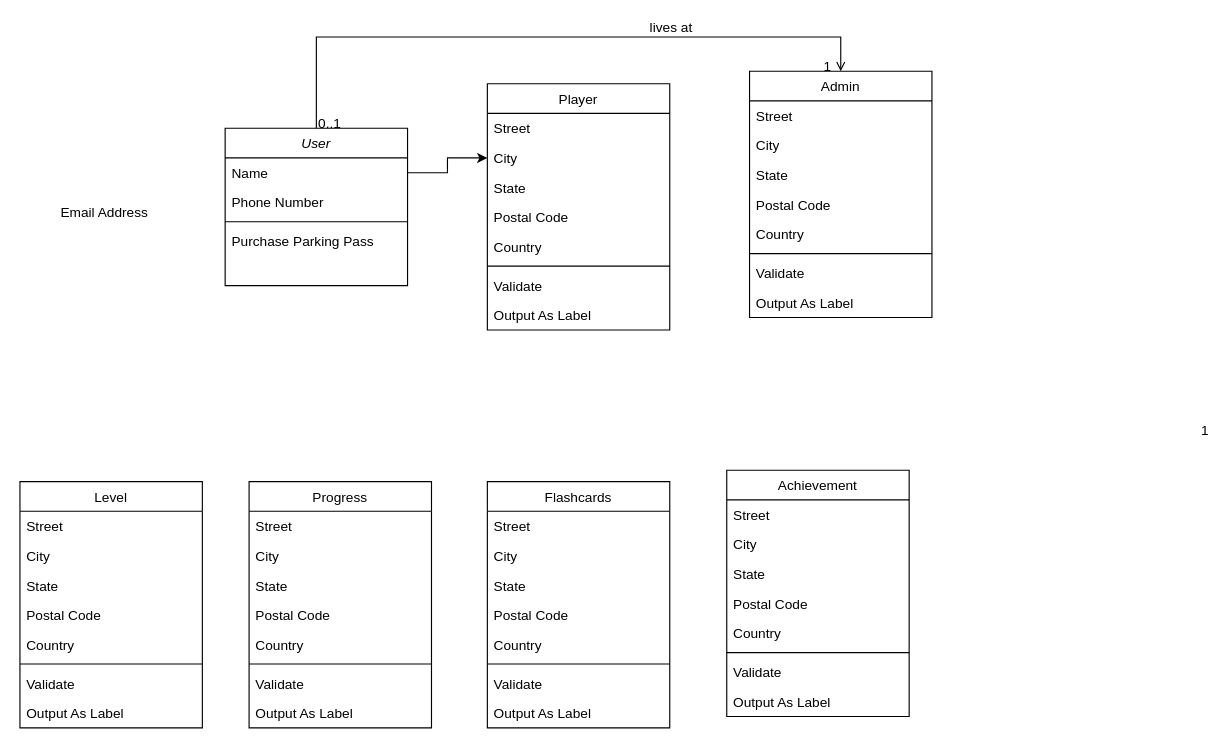
yzy21cs/Diagrams keeps this draw.io diagram as HCIDiagrams.drawio. Above is the earlier version. Source tidied: cells renumbered, new cells numbered last; positions are measured from the earlier drawing's top-left corner, leaving out a move shared by most shapes. Both pictures are drawn from the tidied source at 114%, with x=0, y=0 at pixel (19, 36).
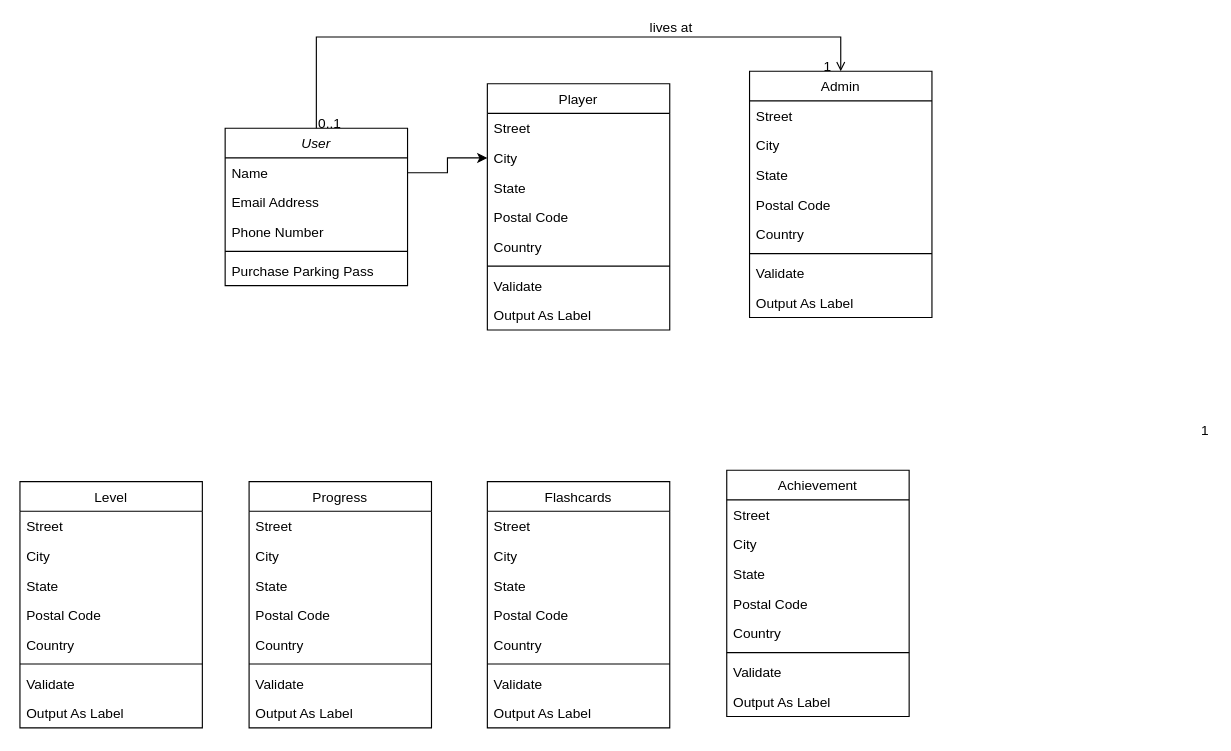
The same page after the edit.

The change refers to these unchanged cells:
```xml
<mxCell id="2" value="User" style="swimlane;fontStyle=2;align=center;verticalAlign=top;horizontal=1;startSize=26;rounded=0;shadow=0;strokeWidth=1;" parent="1" vertex="1">
  <mxGeometry x="180" y="80" width="160" height="138" as="geometry" />
</mxCell>
```

What changed in the source:
```diff
@@
+    <mxCell id="67" value="Email Address" style="text;align=left;verticalAlign=top;spacingLeft=4;spacingRight=4;overflow=hidden;rounded=0;shadow=0;html=0;" parent="2" vertex="1">
+      <mxGeometry y="52" width="160" height="26" as="geometry" />
+    </mxCell>
     <mxCell id="4" value="Phone Number" style="text;align=left;verticalAlign=top;spacingLeft=4;spacingRight=4;overflow=hidden;rounded=0;shadow=0;html=0;" parent="2" vertex="1">
-      <mxGeometry y="52" width="160" height="26" as="geometry" />
+      <mxGeometry y="78" width="160" height="26" as="geometry" />
     </mxCell>
     <mxCell id="5" style="line;html=1;strokeWidth=1;align=left;verticalAlign=middle;spacingTop=-1;spacingLeft=3;spacingRight=3;labelPosition=right;" parent="2" vertex="1">
-      <mxGeometry y="78" width="160" height="8" as="geometry" />
+      <mxGeometry y="104" width="160" height="8" as="geometry" />
     </mxCell>
     <mxCell id="6" value="Purchase Parking Pass" style="text;align=left;verticalAlign=top;spacingLeft=4;spacingRight=4;overflow=hidden;" parent="2" vertex="1">
-      <mxGeometry y="86" width="160" height="26" as="geometry" />
+      <mxGeometry y="112" width="160" height="26" as="geometry" />
     </mxCell>
@@
-    <mxCell id="67" value="Email Address" style="text;align=left;verticalAlign=top;spacingLeft=4;spacingRight=4;overflow=hidden;rounded=0;shadow=0;html=0;" parent="1" vertex="1">
-      <mxGeometry x="30" y="140" width="160" height="26" as="geometry" />
-    </mxCell>
```
